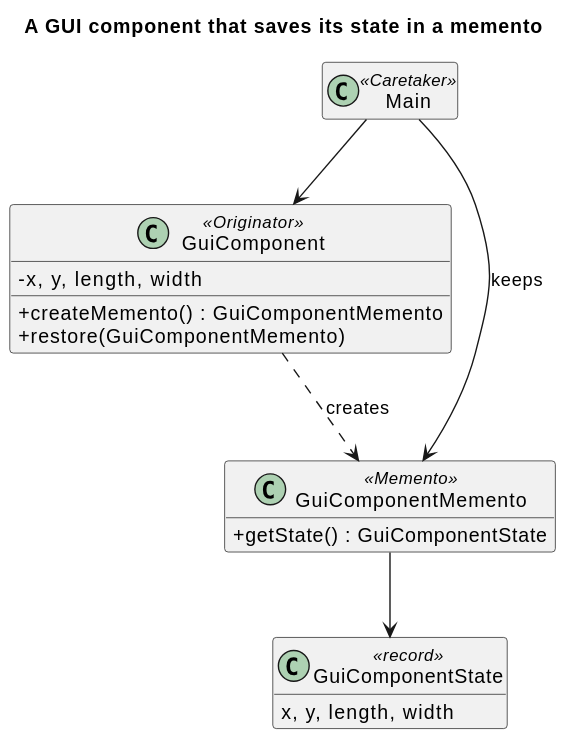
Before: src/main/java/dev/kaldiroglu/dp/behavioral/memento/gui/uml/Memento - GUI - Class Diagram.svg, a diagram exported from PlantUML (kaldiroglu/DesignPatternsWithJava). Source of this version:
```plantuml
@startuml
skinparam classAttributeIconSize 0
hide empty members
title A GUI component that saves its state in a memento
class GuiComponent <<Originator>> {
  - x, y, length, width
  + createMemento() : GuiComponentMemento
  + restore(GuiComponentMemento)
}
class GuiComponentMemento <<Memento>> {
  + getState() : GuiComponentState
}
class GuiComponentState <<record>> {
  x, y, length, width
}
class Main <<Caretaker>>
Main --> GuiComponentMemento : keeps
Main --> GuiComponent
GuiComponent ..> GuiComponentMemento : creates
GuiComponentMemento --> GuiComponentState
@enduml
```
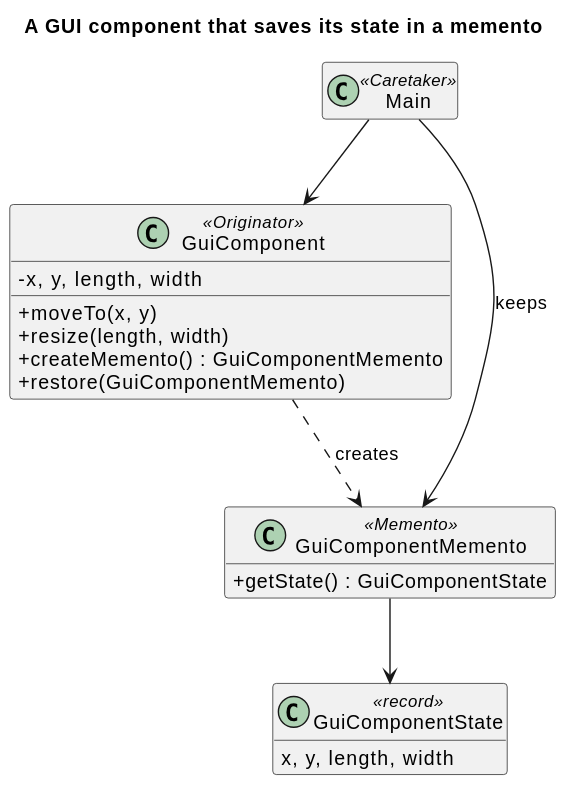
The same diagram one commit later.

Commit message:
Memento: the window has no setters (moveTo, resize); known-uses tests for serialization and shallow records

Diff of the diagram source:
```diff
@@ -4,6 +4,8 @@
 title A GUI component that saves its state in a memento
 class GuiComponent <<Originator>> {
   - x, y, length, width
+  + moveTo(x, y)
+  + resize(length, width)
   + createMemento() : GuiComponentMemento
   + restore(GuiComponentMemento)
 }
```
